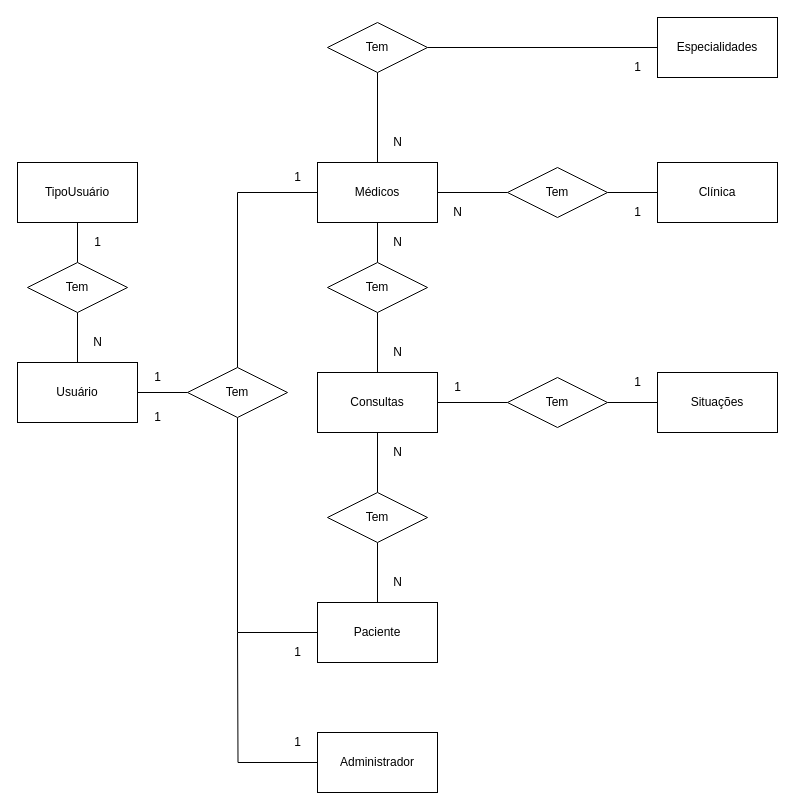
Before: page "Conceitual" (1 of 2) of Modelagem/SPMed.drawio in Matheus-Nasci/SENAI_SPMedGroup_Sprint1-BD-Tarde-MatheusNascimento, a draw.io diagram. Source tidied: cells renumbered, new cells numbered last; positions are measured from the earlier drawing's top-left corner, leaving out a move shared by most shapes. Both pictures are drawn from the tidied source at 100%, with x=0, y=0 at pixel (17, 17).
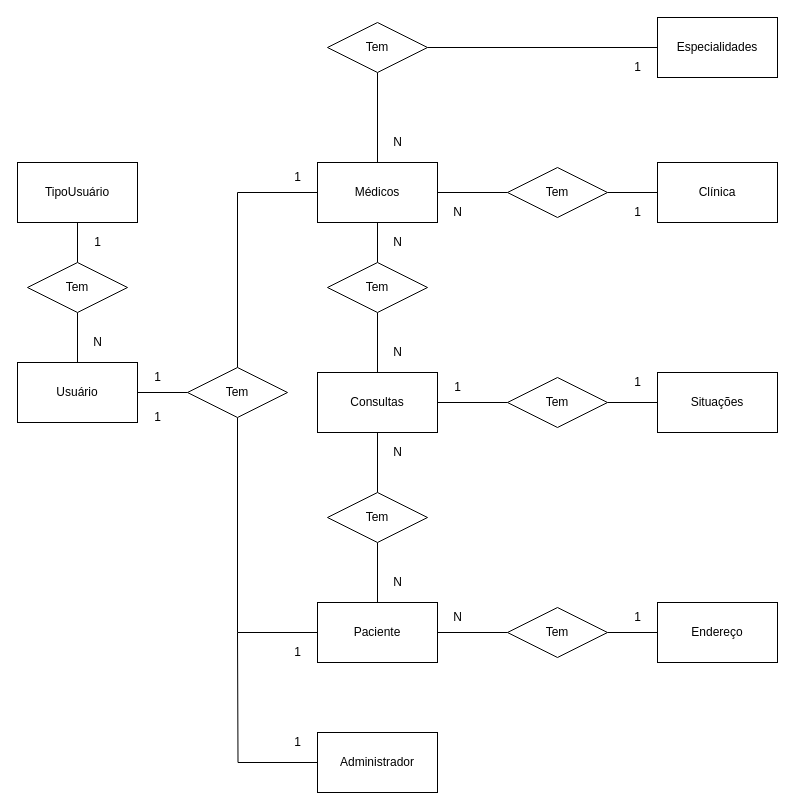
Above is the later version.

Unchanged cells that the change refers to:
```xml
<mxCell id="21" value="Paciente" style="rounded=0;whiteSpace=wrap;html=1;" parent="1" vertex="1">
  <mxGeometry x="300" y="585" width="120" height="60" as="geometry" />
</mxCell>
```

The edit, as a diff of the source:
```diff
@@
+    <mxCell id="51" style="edgeStyle=orthogonalEdgeStyle;rounded=0;jettySize=auto;html=1;endArrow=none;endFill=0;" parent="1" edge="1" source="21" target="54">
+      <mxGeometry relative="1" as="geometry" />
+    </mxCell>
@@
+    <mxCell id="52" value="Endereço" style="rounded=0;whiteSpace=wrap;html=1;" parent="1" vertex="1">
+      <mxGeometry x="640" y="585" width="120" height="60" as="geometry" />
+    </mxCell>
@@
+    <mxCell id="53" style="edgeStyle=orthogonalEdgeStyle;rounded=0;jettySize=auto;html=1;endArrow=none;endFill=0;" parent="1" edge="1" source="54" target="52">
+      <mxGeometry relative="1" as="geometry" />
+    </mxCell>
+    <mxCell id="54" value="Tem" style="rhombus;whiteSpace=wrap;html=1;" parent="1" vertex="1">
+      <mxGeometry x="490" y="590" width="100" height="50" as="geometry" />
+    </mxCell>
+    <mxCell id="55" value="N" style="text;html=1;align=center;verticalAlign=middle;" parent="1" vertex="1">
+      <mxGeometry x="430" y="590" width="20" height="20" as="geometry" />
+    </mxCell>
+    <mxCell id="56" value="1" style="text;html=1;align=center;verticalAlign=middle;" parent="1" vertex="1">
+      <mxGeometry x="610" y="590" width="20" height="20" as="geometry" />
+    </mxCell>
```
